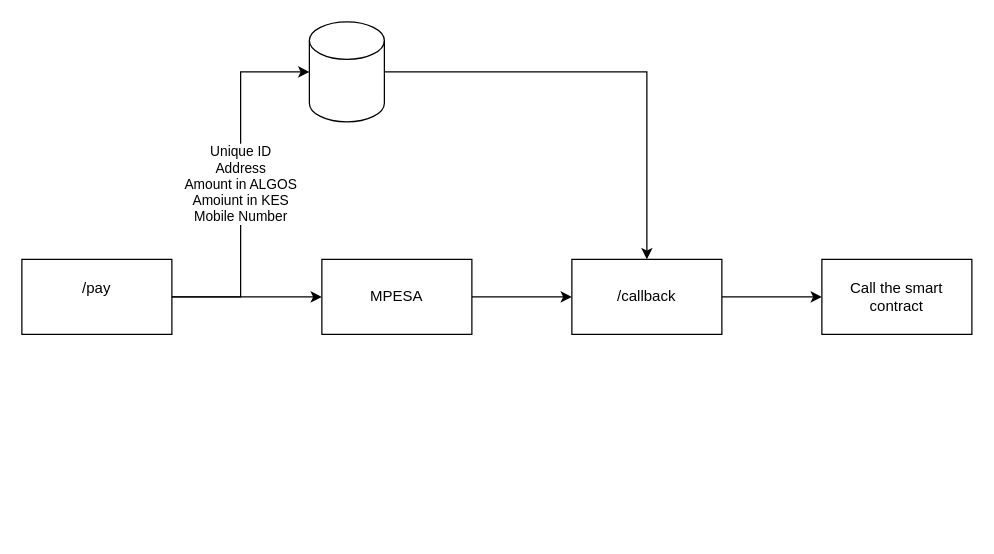
Earlier version of the draw.io diagram page "Page-4" (4 of 4) of diagrams.drawio (danielobima/AlgoPesa). Source tidied: cells renumbered, new cells numbered last; positions are measured from the earlier drawing's top-left corner, leaving out a move shared by most shapes. Both pictures are drawn from the tidied source at 125%, with x=0, y=0 at pixel (21, 21).
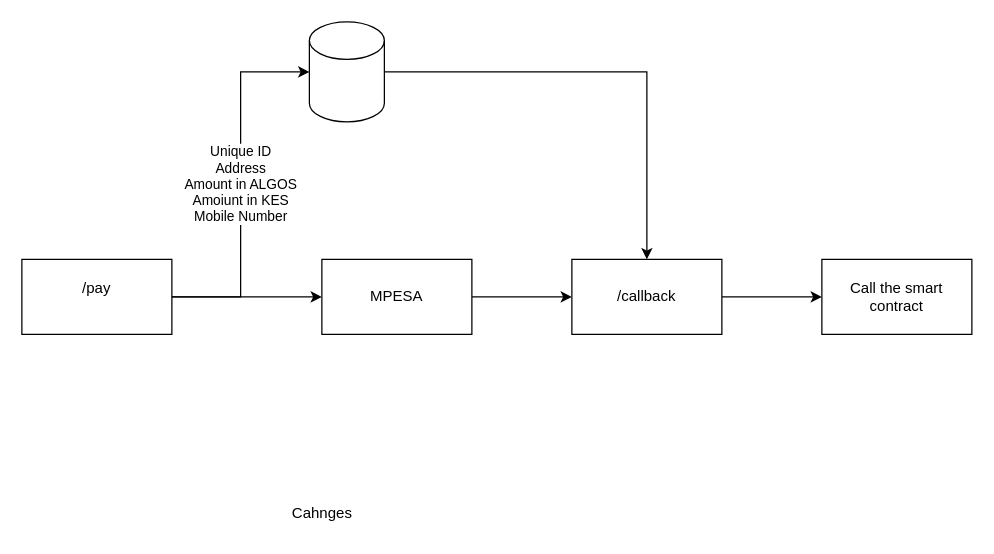
The same diagram, later.

The edit, as a diff of the source:
```diff
@@
 <mxGraphModel>
   <root>
     <mxCell id="0" />
     <mxCell id="1" parent="0" />
     <mxCell id="2" style="edgeStyle=orthogonalEdgeStyle;rounded=0;jettySize=auto;html=1;" parent="1" edge="1" source="3" target="8">
       <mxGeometry relative="1" as="geometry" />
     </mxCell>
     <mxCell id="3" value="/pay&lt;div&gt;&lt;br/&gt;&lt;/div&gt;" style="rounded=0;whiteSpace=wrap;html=1;" parent="1" vertex="1">
       <mxGeometry y="190" width="120" height="60" as="geometry" />
     </mxCell>
     <mxCell id="4" style="edgeStyle=orthogonalEdgeStyle;rounded=0;jettySize=auto;html=1;" parent="1" edge="1" source="5" target="10">
       <mxGeometry relative="1" as="geometry" />
     </mxCell>
     <mxCell id="5" style="shape=cylinder3;whiteSpace=wrap;html=1;boundedLbl=1;backgroundOutline=1;size=15;" parent="1" vertex="1">
       <mxGeometry x="230" width="60" height="80" as="geometry" />
     </mxCell>
     <mxCell id="6" value="Unique ID&lt;div&gt;Address&lt;/div&gt;&lt;div&gt;Amount in ALGOS&lt;/div&gt;&lt;div&gt;Amoiunt in KES&lt;/div&gt;&lt;div&gt;Mobile Number&lt;/div&gt;" style="edgeStyle=orthogonalEdgeStyle;rounded=0;jettySize=auto;html=1;entryX=0;entryY=0.5;entryDx=0;entryDy=0;entryPerimeter=0;" parent="1" edge="1" source="3" target="5">
       <mxGeometry relative="1" as="geometry" />
     </mxCell>
     <mxCell id="7" style="edgeStyle=orthogonalEdgeStyle;rounded=0;jettySize=auto;html=1;" parent="1" edge="1" source="8" target="10">
       <mxGeometry relative="1" as="geometry" />
     </mxCell>
     <mxCell id="8" value="MPESA" style="rounded=0;whiteSpace=wrap;html=1;" parent="1" vertex="1">
       <mxGeometry x="240" y="190" width="120" height="60" as="geometry" />
     </mxCell>
     <mxCell id="9" style="edgeStyle=orthogonalEdgeStyle;rounded=0;jettySize=auto;html=1;" parent="1" edge="1" source="10" target="11">
       <mxGeometry relative="1" as="geometry" />
     </mxCell>
     <mxCell id="10" value="/callback" style="rounded=0;whiteSpace=wrap;html=1;" parent="1" vertex="1">
       <mxGeometry x="440" y="190" width="120" height="60" as="geometry" />
     </mxCell>
     <mxCell id="11" value="Call the smart contract" style="rounded=0;whiteSpace=wrap;html=1;" parent="1" vertex="1">
       <mxGeometry x="640" y="190" width="120" height="60" as="geometry" />
     </mxCell>
+    <mxCell id="12" value="Cahnges" style="text;html=1;align=center;verticalAlign=middle;strokeColor=none;fillColor=none;" parent="1" vertex="1">
+      <mxGeometry x="205" y="378" width="70" height="30" as="geometry" />
+    </mxCell>
   </root>
 </mxGraphModel>
```
